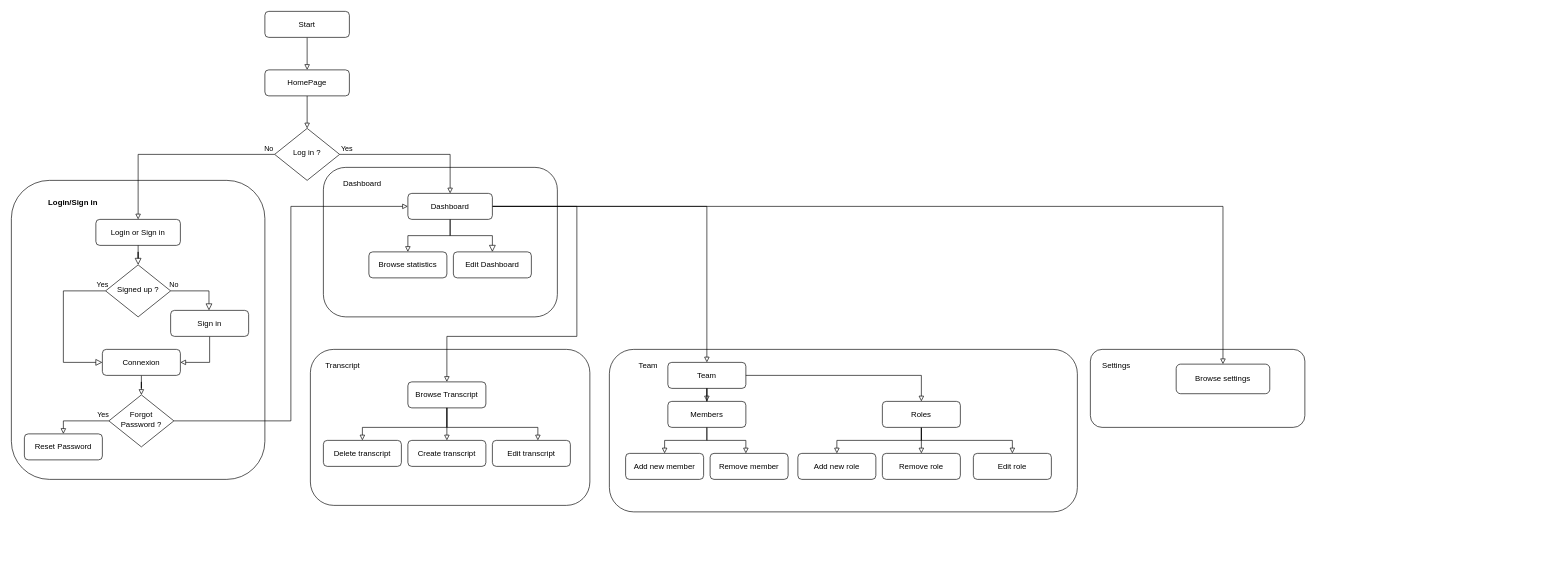
TommyRiquet/PVonWeb keeps this draw.io diagram as docs/diagram/userflow/UserFlow.drawio. Above is the earlier version. Source tidied: cells renumbered, new cells numbered last; positions are measured from the earlier drawing's top-left corner, leaving out a move shared by most shapes. Both pictures are drawn from the tidied source at 65%, with x=0, y=0 at pixel (11, 11).
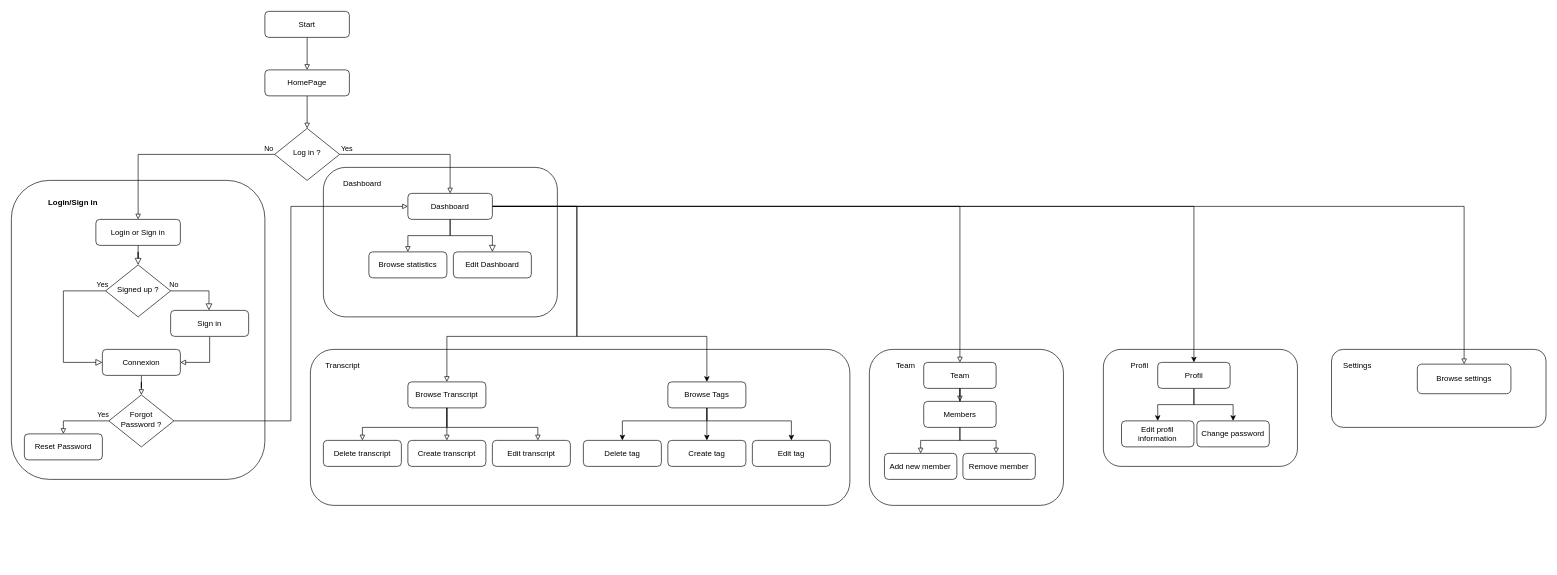
After the change.

Commit message (it also covers changes not shown here):
docs: user flow diagram

Unchanged cells that the change refers to:
```xml
<mxCell id="33" value="Dashboard" style="rounded=1;whiteSpace=wrap;html=1;fontSize=12;glass=0;strokeWidth=1;shadow=0;" parent="1" vertex="1">
  <mxGeometry x="610" y="280" width="130" height="40" as="geometry" />
</mxCell>
```

What changed in the source:
```diff
@@
+    <mxCell id="46" style="group;" parent="1" vertex="1">
+      <mxGeometry x="460" y="520" width="830" height="240" as="geometry" />
+    </mxCell>
+    <mxCell id="47" style="rounded=1;whiteSpace=wrap;html=1;fillColor=none;align=left;" parent="46" vertex="1">
+      <mxGeometry width="830" height="240" as="geometry" />
+    </mxCell>
+    <mxCell id="48" value="Transcript" style="text;html=1;strokeColor=none;fillColor=none;align=center;verticalAlign=middle;whiteSpace=wrap;rounded=0;" parent="46" vertex="1">
+      <mxGeometry x="20" y="10" width="60" height="30" as="geometry" />
+    </mxCell>
+    <mxCell id="72" style="edgeStyle=orthogonalEdgeStyle;rounded=0;jettySize=auto;html=1;" parent="46" edge="1" source="75" target="78">
+      <mxGeometry relative="1" as="geometry">
+        <Array as="points">
+          <mxPoint x="610" y="110" />
+          <mxPoint x="480" y="110" />
+        </Array>
+      </mxGeometry>
+    </mxCell>
+    <mxCell id="73" style="edgeStyle=orthogonalEdgeStyle;rounded=0;jettySize=auto;html=1;" parent="46" edge="1" source="75" target="76">
+      <mxGeometry relative="1" as="geometry" />
+    </mxCell>
+    <mxCell id="74" style="edgeStyle=orthogonalEdgeStyle;rounded=0;jettySize=auto;html=1;" parent="46" edge="1" source="75" target="77">
+      <mxGeometry relative="1" as="geometry">
+        <Array as="points">
+          <mxPoint x="610" y="110" />
+          <mxPoint x="740" y="110" />
+        </Array>
+      </mxGeometry>
+    </mxCell>
+    <mxCell id="75" value="Browse Tags" style="rounded=1;whiteSpace=wrap;html=1;fontSize=12;glass=0;strokeWidth=1;shadow=0;" parent="46" vertex="1">
+      <mxGeometry x="550" y="50" width="120" height="40" as="geometry" />
+    </mxCell>
+    <mxCell id="76" value="Create tag" style="rounded=1;whiteSpace=wrap;html=1;fontSize=12;glass=0;strokeWidth=1;shadow=0;" parent="46" vertex="1">
+      <mxGeometry x="550" y="140" width="120" height="40" as="geometry" />
+    </mxCell>
+    <mxCell id="77" value="Edit tag" style="rounded=1;whiteSpace=wrap;html=1;fontSize=12;glass=0;strokeWidth=1;shadow=0;" parent="46" vertex="1">
+      <mxGeometry x="680" y="140" width="120" height="40" as="geometry" />
+    </mxCell>
+    <mxCell id="78" value="Delete tag" style="rounded=1;whiteSpace=wrap;html=1;fontSize=12;glass=0;strokeWidth=1;shadow=0;" parent="46" vertex="1">
+      <mxGeometry x="420" y="140" width="120" height="40" as="geometry" />
+    </mxCell>
@@
+    <mxCell id="79" style="edgeStyle=orthogonalEdgeStyle;rounded=0;jettySize=auto;html=1;" parent="1" edge="1" source="33" target="75">
+      <mxGeometry relative="1" as="geometry">
+        <Array as="points">
+          <mxPoint x="870" y="300" />
+          <mxPoint x="870" y="500" />
+          <mxPoint x="1070" y="500" />
+        </Array>
+      </mxGeometry>
+    </mxCell>
+    <mxCell id="80" style="edgeStyle=orthogonalEdgeStyle;rounded=0;jettySize=auto;html=1;" parent="1" edge="1" source="33" target="88">
+      <mxGeometry relative="1" as="geometry" />
+    </mxCell>
@@
-    <mxCell id="38" style="group;" parent="1" vertex="1">
-      <mxGeometry x="460" y="520" width="430" height="240" as="geometry" />
-    </mxCell>
+    <mxCell id="81" style="group;" parent="1" vertex="1">
+      <mxGeometry x="1320" y="520" width="298.6" height="240" as="geometry" />
+    </mxCell>
+    <mxCell id="63" value="Members" style="rounded=1;whiteSpace=wrap;html=1;fontSize=12;glass=0;strokeWidth=1;shadow=0;" parent="81" vertex="1">
+      <mxGeometry x="83.6" y="80" width="111.4" height="40" as="geometry" />
+    </mxCell>
+    <mxCell id="64" value="Team" style="rounded=1;whiteSpace=wrap;html=1;fontSize=12;glass=0;strokeWidth=1;shadow=0;" parent="81" vertex="1">
+      <mxGeometry x="83.6" y="20" width="111.4" height="40" as="geometry" />
+    </mxCell>
+    <mxCell id="65" style="edgeStyle=orthogonalEdgeStyle;rounded=0;jettySize=auto;html=1;endArrow=block;endFill=0;" parent="81" edge="1" source="63" target="57">
+      <mxGeometry relative="1" as="geometry" />
+    </mxCell>
+    <mxCell id="66" style="edgeStyle=orthogonalEdgeStyle;rounded=0;jettySize=auto;html=1;endArrow=block;endFill=0;" parent="81" edge="1" source="64" target="63">
+      <mxGeometry relative="1" as="geometry" />
+    </mxCell>
+    <mxCell id="51" style="rounded=1;whiteSpace=wrap;html=1;fillColor=none;" parent="81" vertex="1">
+      <mxGeometry width="298.6" height="240" as="geometry" />
+    </mxCell>
+    <mxCell id="52" value="Team" style="text;html=1;strokeColor=none;fillColor=none;align=center;verticalAlign=middle;whiteSpace=wrap;rounded=0;" parent="81" vertex="1">
+      <mxGeometry x="27.9" y="10" width="55.7" height="30" as="geometry" />
+    </mxCell>
+    <mxCell id="57" value="Add new member" style="rounded=1;whiteSpace=wrap;html=1;fontSize=12;glass=0;strokeWidth=1;shadow=0;" parent="81" vertex="1">
+      <mxGeometry x="23.2" y="160" width="111.4" height="40" as="geometry" />
+    </mxCell>
+    <mxCell id="58" value="Remove member" style="rounded=1;whiteSpace=wrap;html=1;fontSize=12;glass=0;strokeWidth=1;shadow=0;" parent="81" vertex="1">
+      <mxGeometry x="143.9" y="160" width="111.4" height="40" as="geometry" />
+    </mxCell>
+    <mxCell id="62" style="edgeStyle=orthogonalEdgeStyle;rounded=0;jettySize=auto;html=1;endArrow=block;endFill=0;" parent="81" edge="1" source="63" target="58">
+      <mxGeometry relative="1" as="geometry">
+        <Array as="points">
+          <mxPoint x="139.3" y="140" />
+          <mxPoint x="195" y="140" />
+        </Array>
+      </mxGeometry>
+    </mxCell>
-    <mxCell id="39" value="Browse Transcript" style="rounded=1;whiteSpace=wrap;html=1;fontSize=12;glass=0;strokeWidth=1;shadow=0;" parent="38" vertex="1">
-      <mxGeometry x="150" y="50" width="120" height="40" as="geometry" />
+    <mxCell id="39" value="Browse Transcript" style="rounded=1;whiteSpace=wrap;html=1;fontSize=12;glass=0;strokeWidth=1;shadow=0;" parent="1" vertex="1">
+      <mxGeometry x="610" y="570" width="120" height="40" as="geometry" />
     </mxCell>
-    <mxCell id="40" value="Create transcript" style="rounded=1;whiteSpace=wrap;html=1;fontSize=12;glass=0;strokeWidth=1;shadow=0;" parent="38" vertex="1">
-      <mxGeometry x="150" y="140" width="120" height="40" as="geometry" />
+    <mxCell id="40" value="Create transcript" style="rounded=1;whiteSpace=wrap;html=1;fontSize=12;glass=0;strokeWidth=1;shadow=0;" parent="1" vertex="1">
+      <mxGeometry x="610" y="660" width="120" height="40" as="geometry" />
     </mxCell>
-    <mxCell id="41" style="edgeStyle=orthogonalEdgeStyle;rounded=0;jettySize=auto;html=1;entryX=0.5;entryY=0;entryDx=0;entryDy=0;endArrow=block;endFill=0;" parent="38" edge="1" source="39" target="40">
+    <mxCell id="41" style="edgeStyle=orthogonalEdgeStyle;rounded=0;jettySize=auto;html=1;entryX=0.5;entryY=0;entryDx=0;entryDy=0;endArrow=block;endFill=0;" parent="1" edge="1" source="39" target="40">
       <mxGeometry relative="1" as="geometry" />
     </mxCell>
-    <mxCell id="42" value="Edit transcript" style="rounded=1;whiteSpace=wrap;html=1;fontSize=12;glass=0;strokeWidth=1;shadow=0;" parent="38" vertex="1">
-      <mxGeometry x="280" y="140" width="120" height="40" as="geometry" />
+    <mxCell id="42" value="Edit transcript" style="rounded=1;whiteSpace=wrap;html=1;fontSize=12;glass=0;strokeWidth=1;shadow=0;" parent="1" vertex="1">
+      <mxGeometry x="740" y="660" width="120" height="40" as="geometry" />
     </mxCell>
-    <mxCell id="43" style="edgeStyle=orthogonalEdgeStyle;rounded=0;jettySize=auto;html=1;endArrow=block;endFill=0;" parent="38" edge="1" source="39" target="42">
+    <mxCell id="43" style="edgeStyle=orthogonalEdgeStyle;rounded=0;jettySize=auto;html=1;endArrow=block;endFill=0;" parent="1" edge="1" source="39" target="42">
       <mxGeometry relative="1" as="geometry">
         <Array as="points">
-          <mxPoint x="210" y="120" />
-          <mxPoint x="350" y="120" />
+          <mxPoint x="670" y="640" />
+          <mxPoint x="810" y="640" />
         </Array>
       </mxGeometry>
     </mxCell>
-    <mxCell id="44" value="Delete transcript" style="rounded=1;whiteSpace=wrap;html=1;fontSize=12;glass=0;strokeWidth=1;shadow=0;" parent="38" vertex="1">
-      <mxGeometry x="20" y="140" width="120" height="40" as="geometry" />
+    <mxCell id="44" value="Delete transcript" style="rounded=1;whiteSpace=wrap;html=1;fontSize=12;glass=0;strokeWidth=1;shadow=0;" parent="1" vertex="1">
+      <mxGeometry x="480" y="660" width="120" height="40" as="geometry" />
     </mxCell>
-    <mxCell id="45" style="edgeStyle=orthogonalEdgeStyle;rounded=0;jettySize=auto;html=1;endArrow=block;endFill=0;" parent="38" edge="1" source="39" target="44">
+    <mxCell id="45" style="edgeStyle=orthogonalEdgeStyle;rounded=0;jettySize=auto;html=1;endArrow=block;endFill=0;" parent="1" edge="1" source="39" target="44">
       <mxGeometry relative="1" as="geometry">
         <Array as="points">
-          <mxPoint x="210" y="120" />
-          <mxPoint x="80" y="120" />
+          <mxPoint x="670" y="640" />
+          <mxPoint x="540" y="640" />
         </Array>
       </mxGeometry>
     </mxCell>
-    <mxCell id="46" style="group;" parent="38" vertex="1">
-      <mxGeometry width="430" height="240" as="geometry" />
-    </mxCell>
-    <mxCell id="47" style="rounded=1;whiteSpace=wrap;html=1;fillColor=none;align=left;" parent="46" vertex="1">
-      <mxGeometry width="430" height="240" as="geometry" />
-    </mxCell>
-    <mxCell id="48" value="Transcript" style="text;html=1;strokeColor=none;fillColor=none;align=center;verticalAlign=middle;whiteSpace=wrap;rounded=0;" parent="46" vertex="1">
-      <mxGeometry x="20" y="10" width="60" height="30" as="geometry" />
-    </mxCell>
-    <mxCell id="49" style="group;" parent="1" vertex="1">
-      <mxGeometry x="940" y="520" width="700" height="250" as="geometry" />
-    </mxCell>
-    <mxCell id="50" style="group;" parent="49" vertex="1">
-      <mxGeometry width="700" height="250" as="geometry" />
-    </mxCell>
-    <mxCell id="51" style="rounded=1;whiteSpace=wrap;html=1;fillColor=none;" parent="50" vertex="1">
-      <mxGeometry x="-20" width="720" height="250" as="geometry" />
-    </mxCell>
-    <mxCell id="52" value="Team" style="text;html=1;strokeColor=none;fillColor=none;align=center;verticalAlign=middle;whiteSpace=wrap;rounded=0;" parent="50" vertex="1">
-      <mxGeometry x="10" y="10" width="60" height="30" as="geometry" />
-    </mxCell>
-    <mxCell id="53" style="edgeStyle=orthogonalEdgeStyle;rounded=0;jettySize=auto;html=1;endArrow=block;endFill=0;" parent="50" edge="1" source="56" target="59">
-      <mxGeometry relative="1" as="geometry">
-        <Array as="points">
-          <mxPoint x="460" y="140" />
-          <mxPoint x="330" y="140" />
-        </Array>
-      </mxGeometry>
-    </mxCell>
-    <mxCell id="54" style="edgeStyle=orthogonalEdgeStyle;rounded=0;jettySize=auto;html=1;endArrow=block;endFill=0;" parent="50" edge="1" source="56" target="60">
-      <mxGeometry relative="1" as="geometry" />
-    </mxCell>
-    <mxCell id="55" style="edgeStyle=orthogonalEdgeStyle;rounded=0;jettySize=auto;html=1;endArrow=block;endFill=0;" parent="50" edge="1" source="56" target="61">
-      <mxGeometry relative="1" as="geometry">
-        <Array as="points">
-          <mxPoint x="460" y="140" />
-          <mxPoint x="600" y="140" />
-        </Array>
-      </mxGeometry>
-    </mxCell>
-    <mxCell id="56" value="Roles" style="rounded=1;whiteSpace=wrap;html=1;fontSize=12;glass=0;strokeWidth=1;shadow=0;" parent="50" vertex="1">
-      <mxGeometry x="400" y="80" width="120" height="40" as="geometry" />
-    </mxCell>
-    <mxCell id="57" value="Add new member" style="rounded=1;whiteSpace=wrap;html=1;fontSize=12;glass=0;strokeWidth=1;shadow=0;" parent="50" vertex="1">
-      <mxGeometry x="5" y="160" width="120" height="40" as="geometry" />
-    </mxCell>
-    <mxCell id="58" value="Remove member" style="rounded=1;whiteSpace=wrap;html=1;fontSize=12;glass=0;strokeWidth=1;shadow=0;" parent="50" vertex="1">
-      <mxGeometry x="135" y="160" width="120" height="40" as="geometry" />
-    </mxCell>
-    <mxCell id="59" value="Add new role" style="rounded=1;whiteSpace=wrap;html=1;fontSize=12;glass=0;strokeWidth=1;shadow=0;" parent="50" vertex="1">
-      <mxGeometry x="270" y="160" width="120" height="40" as="geometry" />
-    </mxCell>
-    <mxCell id="60" value="Remove role" style="rounded=1;whiteSpace=wrap;html=1;fontSize=12;glass=0;strokeWidth=1;shadow=0;" parent="50" vertex="1">
-      <mxGeometry x="400" y="160" width="120" height="40" as="geometry" />
-    </mxCell>
-    <mxCell id="61" value="Edit role" style="rounded=1;whiteSpace=wrap;html=1;fontSize=12;glass=0;strokeWidth=1;shadow=0;" parent="50" vertex="1">
-      <mxGeometry x="540" y="160" width="120" height="40" as="geometry" />
-    </mxCell>
-    <mxCell id="62" style="edgeStyle=orthogonalEdgeStyle;rounded=0;jettySize=auto;html=1;endArrow=block;endFill=0;" parent="49" edge="1" source="63" target="58">
-      <mxGeometry relative="1" as="geometry">
-        <Array as="points">
-          <mxPoint x="130" y="140" />
-          <mxPoint x="190" y="140" />
-        </Array>
-      </mxGeometry>
-    </mxCell>
-    <mxCell id="63" value="Members" style="rounded=1;whiteSpace=wrap;html=1;fontSize=12;glass=0;strokeWidth=1;shadow=0;" parent="49" vertex="1">
-      <mxGeometry x="70" y="80" width="120" height="40" as="geometry" />
-    </mxCell>
-    <mxCell id="64" value="Team" style="rounded=1;whiteSpace=wrap;html=1;fontSize=12;glass=0;strokeWidth=1;shadow=0;" parent="49" vertex="1">
-      <mxGeometry x="70" y="20" width="120" height="40" as="geometry" />
-    </mxCell>
-    <mxCell id="65" style="edgeStyle=orthogonalEdgeStyle;rounded=0;jettySize=auto;html=1;endArrow=block;endFill=0;" parent="49" edge="1" source="63" target="57">
-      <mxGeometry relative="1" as="geometry" />
-    </mxCell>
-    <mxCell id="66" style="edgeStyle=orthogonalEdgeStyle;rounded=0;jettySize=auto;html=1;endArrow=block;endFill=0;" parent="49" edge="1" source="64" target="63">
-      <mxGeometry relative="1" as="geometry" />
-    </mxCell>
-    <mxCell id="67" style="edgeStyle=orthogonalEdgeStyle;rounded=0;jettySize=auto;html=1;endArrow=block;endFill=0;" parent="49" edge="1" source="64" target="56">
-      <mxGeometry relative="1" as="geometry" />
-    </mxCell>
-    <mxCell id="68" style="group;" parent="1" vertex="1">
-      <mxGeometry x="1660" y="520" width="600" height="250" as="geometry" />
-    </mxCell>
+    <mxCell id="82" style="group;" parent="1" vertex="1">
+      <mxGeometry x="2031" y="520" width="330" height="120" as="geometry" />
+    </mxCell>
+    <mxCell id="83" style="group;" parent="82" vertex="1">
+      <mxGeometry width="330" height="120" as="geometry" />
+    </mxCell>
-    <mxCell id="69" style="rounded=1;whiteSpace=wrap;html=1;fillColor=none;" parent="68" vertex="1">
+    <mxCell id="69" style="rounded=1;whiteSpace=wrap;html=1;fillColor=none;" parent="83" vertex="1">
       <mxGeometry width="330" height="120" as="geometry" />
     </mxCell>
-    <mxCell id="70" value="Browse settings" style="rounded=1;whiteSpace=wrap;html=1;fontSize=12;glass=0;strokeWidth=1;shadow=0;" parent="68" vertex="1">
+    <mxCell id="70" value="Browse settings" style="rounded=1;whiteSpace=wrap;html=1;fontSize=12;glass=0;strokeWidth=1;shadow=0;" parent="83" vertex="1">
       <mxGeometry x="132" y="22.7" width="144" height="45.5" as="geometry" />
     </mxCell>
-    <mxCell id="71" value="Settings" style="text;html=1;strokeColor=none;fillColor=none;align=center;verticalAlign=middle;whiteSpace=wrap;rounded=0;" parent="68" vertex="1">
+    <mxCell id="71" value="Settings" style="text;html=1;strokeColor=none;fillColor=none;align=center;verticalAlign=middle;whiteSpace=wrap;rounded=0;" parent="83" vertex="1">
       <mxGeometry x="10" y="10" width="60" height="30" as="geometry" />
     </mxCell>
+    <mxCell id="84" style="group;" parent="1" vertex="1">
+      <mxGeometry x="1680" y="520" width="298.6" height="180" as="geometry" />
+    </mxCell>
+    <mxCell id="85" style="rounded=1;whiteSpace=wrap;html=1;fillColor=none;" parent="84" vertex="1">
+      <mxGeometry width="298.6" height="180" as="geometry" />
+    </mxCell>
+    <mxCell id="86" style="edgeStyle=orthogonalEdgeStyle;rounded=0;jettySize=auto;html=1;" parent="84" edge="1" source="88" target="90">
+      <mxGeometry relative="1" as="geometry" />
+    </mxCell>
+    <mxCell id="87" style="edgeStyle=orthogonalEdgeStyle;rounded=0;jettySize=auto;html=1;" parent="84" edge="1" source="88" target="91">
+      <mxGeometry relative="1" as="geometry" />
+    </mxCell>
+    <mxCell id="88" value="Profil" style="rounded=1;whiteSpace=wrap;html=1;fontSize=12;glass=0;strokeWidth=1;shadow=0;" parent="84" vertex="1">
+      <mxGeometry x="83.6" y="20" width="111.4" height="40" as="geometry" />
+    </mxCell>
+    <mxCell id="89" value="Profil" style="text;html=1;strokeColor=none;fillColor=none;align=center;verticalAlign=middle;whiteSpace=wrap;rounded=0;" parent="84" vertex="1">
+      <mxGeometry x="27.9" y="10" width="55.7" height="30" as="geometry" />
+    </mxCell>
+    <mxCell id="90" value="Edit profil information" style="rounded=1;whiteSpace=wrap;html=1;fontSize=12;glass=0;strokeWidth=1;shadow=0;" parent="84" vertex="1">
+      <mxGeometry x="27.9" y="110" width="111.4" height="40" as="geometry" />
+    </mxCell>
+    <mxCell id="91" value="Change password" style="rounded=1;whiteSpace=wrap;html=1;fontSize=12;glass=0;strokeWidth=1;shadow=0;" parent="84" vertex="1">
+      <mxGeometry x="143.9" y="110" width="111.4" height="40" as="geometry" />
+    </mxCell>
```
